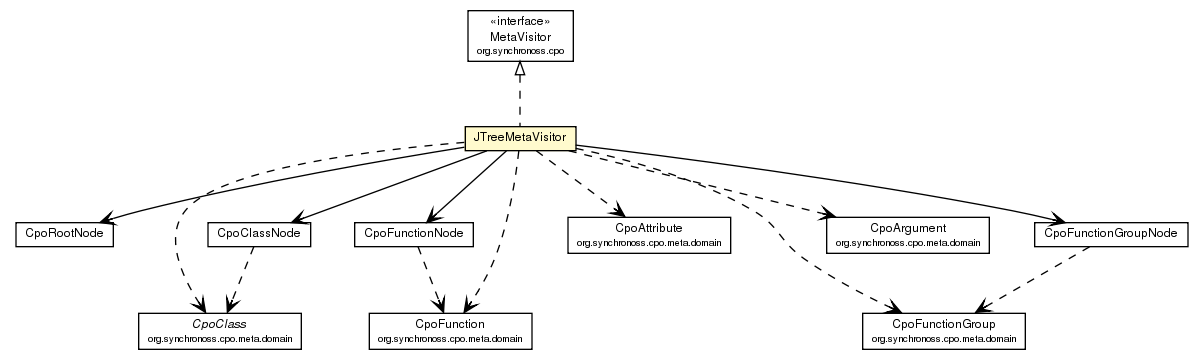
Above: site/apidocs/org/synchronoss/cpo/util/JTreeMetaVisitor.png in synchronoss/cpo-util (Graphviz), before the change. Its source is kept beside it as site/apidocs/org/synchronoss/cpo/util/JTreeMetaVisitor.dot.
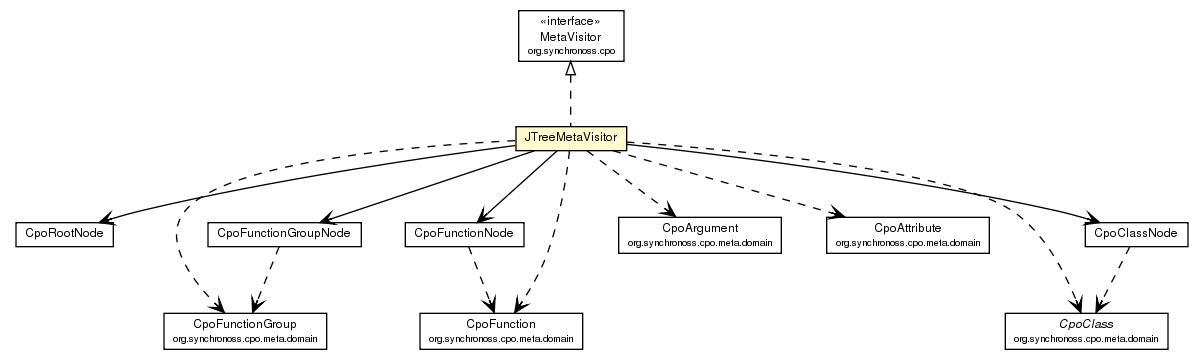
Later version of the same file.

Change to the diagram source:
```diff
@@ -32,39 +32,39 @@
 	c1707:p -> c1723:p [taillabel="", label="", headlabel="", fontname="Helvetica", fontcolor="black", fontsize=10.0, color="black", arrowhead=open];
 	c1707:p -> c1728:p [taillabel="", label="", headlabel="", fontname="Helvetica", fontcolor="black", fontsize=10.0, color="black", arrowhead=open];
 	c1707:p -> c1721:p [taillabel="", label="", headlabel="", fontname="Helvetica", fontcolor="black", fontsize=10.0, color="black", arrowhead=open];
-	c1707:p -> c1765:p [taillabel="", label="", headlabel="", fontname="Helvetica", fontcolor="black", fontsize=10.0, color="black", arrowhead=open, style=dashed];
 	c1707:p -> c1766:p [taillabel="", label="", headlabel="", fontname="Helvetica", fontcolor="black", fontsize=10.0, color="black", arrowhead=open, style=dashed];
 	c1707:p -> c1767:p [taillabel="", label="", headlabel="", fontname="Helvetica", fontcolor="black", fontsize=10.0, color="black", arrowhead=open, style=dashed];
 	c1707:p -> c1768:p [taillabel="", label="", headlabel="", fontname="Helvetica", fontcolor="black", fontsize=10.0, color="black", arrowhead=open, style=dashed];
+	c1707:p -> c1769:p [taillabel="", label="", headlabel="", fontname="Helvetica", fontcolor="black", fontsize=10.0, color="black", arrowhead=open, style=dashed];
 	c1707:p -> c1770:p [taillabel="", label="", headlabel="", fontname="Helvetica", fontcolor="black", fontsize=10.0, color="black", arrowhead=open, style=dashed];
-	c1721:p -> c1767:p [taillabel="", label="", headlabel="", fontname="Helvetica", fontcolor="black", fontsize=10.0, color="black", arrowhead=open, style=dashed];
-	c1723:p -> c1765:p [taillabel="", label="", headlabel="", fontname="Helvetica", fontcolor="black", fontsize=10.0, color="black", arrowhead=open, style=dashed];
-	c1728:p -> c1770:p [taillabel="", label="", headlabel="", fontname="Helvetica", fontcolor="black", fontsize=10.0, color="black", arrowhead=open, style=dashed];
-	c1765 [label=<<table border="0" cellborder="1" cellspacing="0" cellpadding="2" port="p" href="http://java.sun.com/j2se/1.4.2/docs/api/org/synchronoss/cpo/meta/domain/CpoClass.html">
+	c1721:p -> c1770:p [taillabel="", label="", headlabel="", fontname="Helvetica", fontcolor="black", fontsize=10.0, color="black", arrowhead=open, style=dashed];
+	c1723:p -> c1769:p [taillabel="", label="", headlabel="", fontname="Helvetica", fontcolor="black", fontsize=10.0, color="black", arrowhead=open, style=dashed];
+	c1728:p -> c1766:p [taillabel="", label="", headlabel="", fontname="Helvetica", fontcolor="black", fontsize=10.0, color="black", arrowhead=open, style=dashed];
+	c1769 [label=<<table border="0" cellborder="1" cellspacing="0" cellpadding="2" port="p" href="http://java.sun.com/j2se/1.4.2/docs/api/org/synchronoss/cpo/meta/domain/CpoClass.html">
 		<tr><td><table border="0" cellspacing="0" cellpadding="1">
 			<tr><td><font face="Helvetica-Oblique"> CpoClass </font></td></tr>
 			<tr><td><font point-size="7.0"> org.synchronoss.cpo.meta.domain </font></td></tr>
 		</table></td></tr>
 		</table>>, fontname="Helvetica", fontcolor="black", fontsize=9.0];
-	c1768 [label=<<table border="0" cellborder="1" cellspacing="0" cellpadding="2" port="p" href="http://java.sun.com/j2se/1.4.2/docs/api/org/synchronoss/cpo/meta/domain/CpoArgument.html">
+	c1767 [label=<<table border="0" cellborder="1" cellspacing="0" cellpadding="2" port="p" href="http://java.sun.com/j2se/1.4.2/docs/api/org/synchronoss/cpo/meta/domain/CpoArgument.html">
 		<tr><td><table border="0" cellspacing="0" cellpadding="1">
 			<tr><td> CpoArgument </td></tr>
 			<tr><td><font point-size="7.0"> org.synchronoss.cpo.meta.domain </font></td></tr>
 		</table></td></tr>
 		</table>>, fontname="Helvetica", fontcolor="black", fontsize=9.0];
-	c1766 [label=<<table border="0" cellborder="1" cellspacing="0" cellpadding="2" port="p" href="http://java.sun.com/j2se/1.4.2/docs/api/org/synchronoss/cpo/meta/domain/CpoAttribute.html">
+	c1768 [label=<<table border="0" cellborder="1" cellspacing="0" cellpadding="2" port="p" href="http://java.sun.com/j2se/1.4.2/docs/api/org/synchronoss/cpo/meta/domain/CpoAttribute.html">
 		<tr><td><table border="0" cellspacing="0" cellpadding="1">
 			<tr><td> CpoAttribute </td></tr>
 			<tr><td><font point-size="7.0"> org.synchronoss.cpo.meta.domain </font></td></tr>
 		</table></td></tr>
 		</table>>, fontname="Helvetica", fontcolor="black", fontsize=9.0];
-	c1767 [label=<<table border="0" cellborder="1" cellspacing="0" cellpadding="2" port="p" href="http://java.sun.com/j2se/1.4.2/docs/api/org/synchronoss/cpo/meta/domain/CpoFunction.html">
+	c1770 [label=<<table border="0" cellborder="1" cellspacing="0" cellpadding="2" port="p" href="http://java.sun.com/j2se/1.4.2/docs/api/org/synchronoss/cpo/meta/domain/CpoFunction.html">
 		<tr><td><table border="0" cellspacing="0" cellpadding="1">
 			<tr><td> CpoFunction </td></tr>
 			<tr><td><font point-size="7.0"> org.synchronoss.cpo.meta.domain </font></td></tr>
 		</table></td></tr>
 		</table>>, fontname="Helvetica", fontcolor="black", fontsize=9.0];
-	c1770 [label=<<table border="0" cellborder="1" cellspacing="0" cellpadding="2" port="p" href="http://java.sun.com/j2se/1.4.2/docs/api/org/synchronoss/cpo/meta/domain/CpoFunctionGroup.html">
+	c1766 [label=<<table border="0" cellborder="1" cellspacing="0" cellpadding="2" port="p" href="http://java.sun.com/j2se/1.4.2/docs/api/org/synchronoss/cpo/meta/domain/CpoFunctionGroup.html">
 		<tr><td><table border="0" cellspacing="0" cellpadding="1">
 			<tr><td> CpoFunctionGroup </td></tr>
 			<tr><td><font point-size="7.0"> org.synchronoss.cpo.meta.domain </font></td></tr>
```
